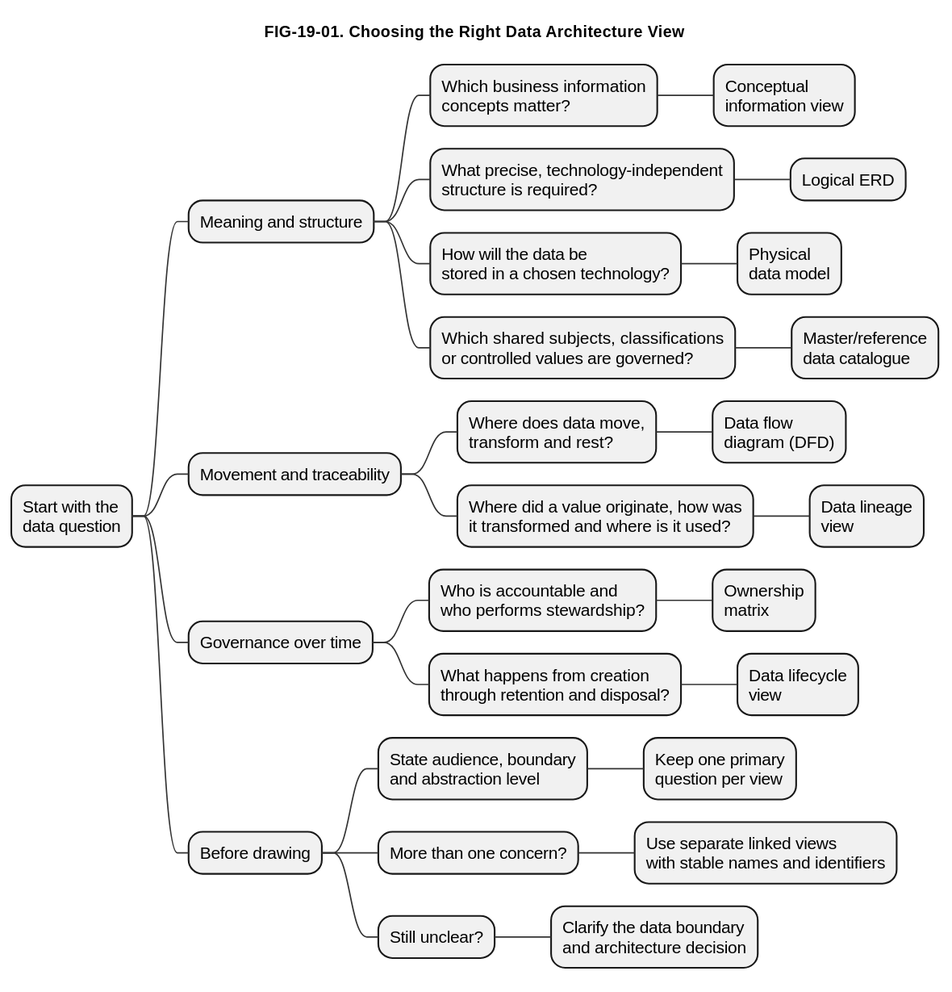
The PlantUML diagram diagrams/exported/svg/FIG-19-01-choosing-the-right-data-architecture-view.svg in nishikanttiwari01/Architecture_Modelling, before a commit. Source of this version:
```plantuml
@startmindmap
title FIG-19-01. Choosing the Right Data Architecture View
!include ../../styles/plantuml-theme.puml
skinparam defaultFontSize 15
skinparam mindmapDiagram {
  BackgroundColor #FFFFFF
  LineColor #333333
}
* Start with the\ndata question
** Meaning and structure
*** Which business information\nconcepts matter?
**** Conceptual\ninformation view
*** What precise, technology-independent\nstructure is required?
**** Logical ERD
*** How will the data be\nstored in a chosen technology?
**** Physical\ndata model
*** Which shared subjects, classifications\nor controlled values are governed?
**** Master/reference\ndata catalogue
** Movement and traceability
*** Where does data move,\ntransform and rest?
**** Data flow\ndiagram (DFD)
*** Where did a value originate, how was\nit transformed and where is it used?
**** Data lineage\nview
** Governance over time
*** Who is accountable and\nwho performs stewardship?
**** Ownership\nmatrix
*** What happens from creation\nthrough retention and disposal?
**** Data lifecycle\nview
** Before drawing
*** State audience, boundary\nand abstraction level
**** Keep one primary\nquestion per view
*** More than one concern?
**** Use separate linked views\nwith stable names and identifiers
*** Still unclear?
**** Clarify the data boundary\nand architecture decision
@endmindmap
```
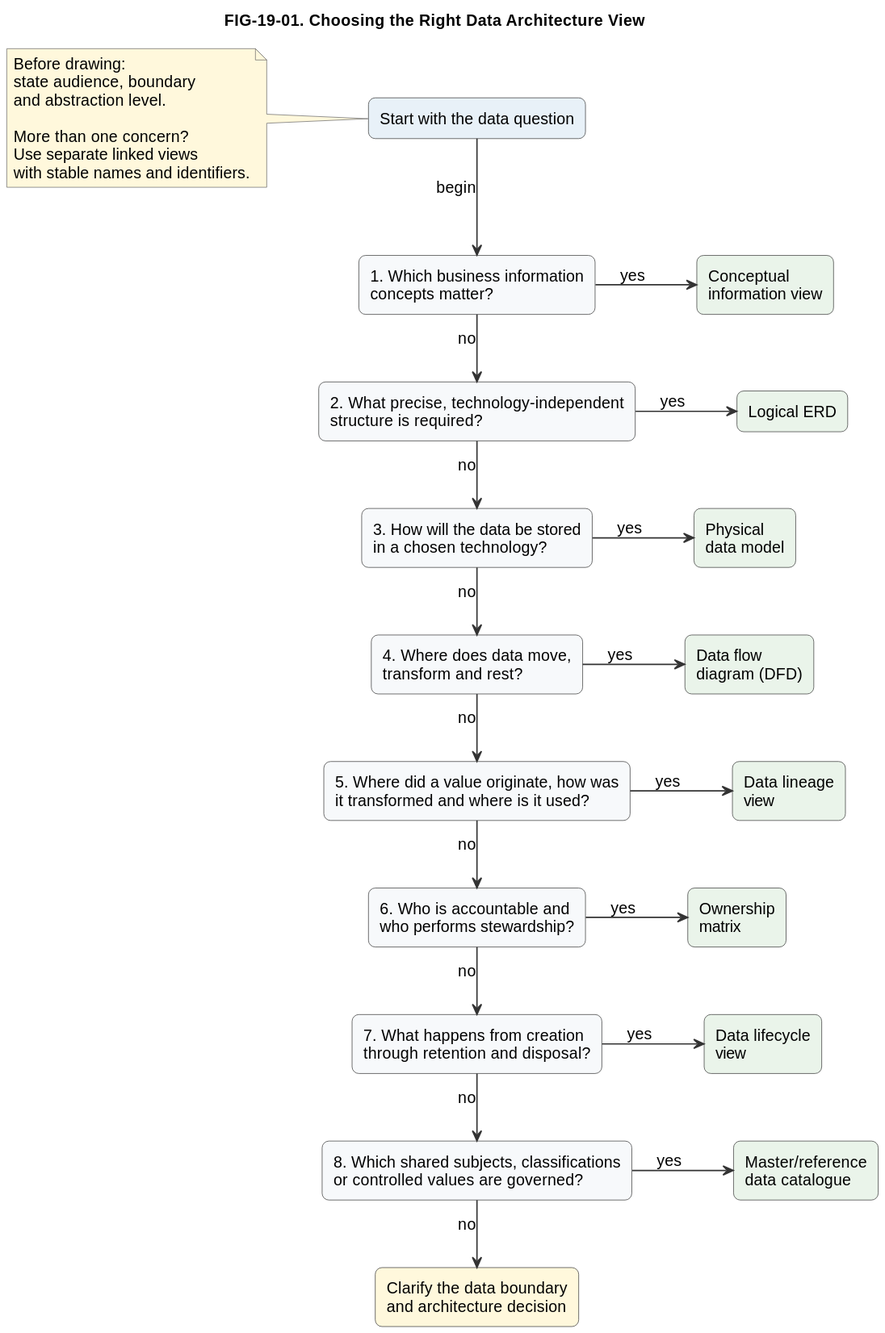
After the commit.

Commit message:
Correct Chapter 19 diagram direction

What changed in the source:
```diff
@@ -1,36 +1,61 @@
-@startmindmap
+@startuml
 title FIG-19-01. Choosing the Right Data Architecture View
 !include ../../styles/plantuml-theme.puml
-skinparam defaultFontSize 15
-skinparam mindmapDiagram {
-  BackgroundColor #FFFFFF
-  LineColor #333333
+top to bottom direction
+skinparam defaultFontSize 14
+skinparam linetype ortho
+skinparam nodesep 90
+skinparam rectangle {
+  RoundCorner 12
 }
-* Start with the\ndata question
-** Meaning and structure
-*** Which business information\nconcepts matter?
-**** Conceptual\ninformation view
-*** What precise, technology-independent\nstructure is required?
-**** Logical ERD
-*** How will the data be\nstored in a chosen technology?
-**** Physical\ndata model
-*** Which shared subjects, classifications\nor controlled values are governed?
-**** Master/reference\ndata catalogue
-** Movement and traceability
-*** Where does data move,\ntransform and rest?
-**** Data flow\ndiagram (DFD)
-*** Where did a value originate, how was\nit transformed and where is it used?
-**** Data lineage\nview
-** Governance over time
-*** Who is accountable and\nwho performs stewardship?
-**** Ownership\nmatrix
-*** What happens from creation\nthrough retention and disposal?
-**** Data lifecycle\nview
-** Before drawing
-*** State audience, boundary\nand abstraction level
-**** Keep one primary\nquestion per view
-*** More than one concern?
-**** Use separate linked views\nwith stable names and identifiers
-*** Still unclear?
-**** Clarify the data boundary\nand architecture decision
-@endmindmap
+
+rectangle "Start with the data question" as START #E8F1F8
+
+rectangle "1. Which business information\nconcepts matter?" as Q1
+rectangle "2. What precise, technology-independent\nstructure is required?" as Q2
+rectangle "3. How will the data be stored\nin a chosen technology?" as Q3
+rectangle "4. Where does data move,\ntransform and rest?" as Q4
+rectangle "5. Where did a value originate, how was\nit transformed and where is it used?" as Q5
+rectangle "6. Who is accountable and\nwho performs stewardship?" as Q6
+rectangle "7. What happens from creation\nthrough retention and disposal?" as Q7
+rectangle "8. Which shared subjects, classifications\nor controlled values are governed?" as Q8
+rectangle "Clarify the data boundary\nand architecture decision" as CLARIFY #FFF8DC
+
+rectangle "Conceptual\ninformation view" as V1 #EAF4EA
+rectangle "Logical ERD" as V2 #EAF4EA
+rectangle "Physical\ndata model" as V3 #EAF4EA
+rectangle "Data flow\ndiagram (DFD)" as V4 #EAF4EA
+rectangle "Data lineage\nview" as V5 #EAF4EA
+rectangle "Ownership\nmatrix" as V6 #EAF4EA
+rectangle "Data lifecycle\nview" as V7 #EAF4EA
+rectangle "Master/reference\ndata catalogue" as V8 #EAF4EA
+
+START -down-> Q1 : begin
+Q1 -right-> V1 : yes
+Q1 -down-> Q2 : no
+Q2 -right-> V2 : yes
+Q2 -down-> Q3 : no
+Q3 -right-> V3 : yes
+Q3 -down-> Q4 : no
+Q4 -right-> V4 : yes
+Q4 -down-> Q5 : no
+Q5 -right-> V5 : yes
+Q5 -down-> Q6 : no
+Q6 -right-> V6 : yes
+Q6 -down-> Q7 : no
+Q7 -right-> V7 : yes
+Q7 -down-> Q8 : no
+Q8 -right-> V8 : yes
+Q8 -down-> CLARIFY : no
+
+note left of START
+Before drawing:
+state audience, boundary
+and abstraction level.
+
+More than one concern?
+Use separate linked views
+with stable names and identifiers.
+end note
+
+@enduml
```
